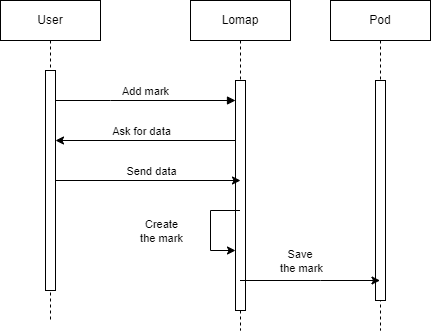
Above: docs/images/06_Diagrama_secuencia_anadir_mark.png in Arquisoft/lomap_es2b (draw.io), before the change. Source tidied: cells renumbered, new cells last; positions are measured from the earlier drawing's top-left corner, leaving out a move shared by most shapes.
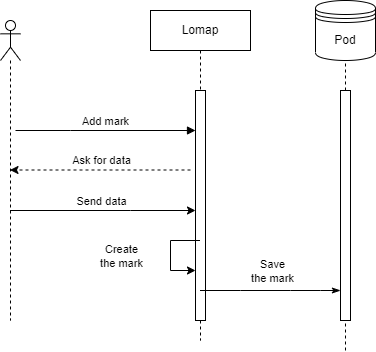
After the change.

The edit, as a diff of the source:
```diff
@@ -2,14 +2,8 @@
   <root>
     <mxCell id="0" />
     <mxCell id="1" parent="0" />
-    <mxCell id="2" value="User" style="shape=umlLifeline;perimeter=lifelinePerimeter;whiteSpace=wrap;html=1;newEdgeStyle={&quot;edgeStyle&quot;:&quot;elbowEdgeStyle&quot;,&quot;elbow&quot;:&quot;vertical&quot;,&quot;curved&quot;:0,&quot;rounded&quot;:0};" parent="1" vertex="1">
-      <mxGeometry width="100" height="320" as="geometry" />
-    </mxCell>
-    <mxCell id="3" style="html=1;points=[];perimeter=orthogonalPerimeter;outlineConnect=0;targetShapes=umlLifeline;portConstraint=eastwest;newEdgeStyle={&quot;edgeStyle&quot;:&quot;elbowEdgeStyle&quot;,&quot;elbow&quot;:&quot;vertical&quot;,&quot;curved&quot;:0,&quot;rounded&quot;:0};" parent="2" vertex="1">
-      <mxGeometry x="45" y="70" width="10" height="220" as="geometry" />
-    </mxCell>
     <mxCell id="4" value="Lomap" style="shape=umlLifeline;perimeter=lifelinePerimeter;whiteSpace=wrap;html=1;outlineConnect=0;portConstraint=eastwest;newEdgeStyle={&quot;edgeStyle&quot;:&quot;elbowEdgeStyle&quot;,&quot;elbow&quot;:&quot;vertical&quot;,&quot;curved&quot;:0,&quot;rounded&quot;:0};" parent="1" vertex="1">
-      <mxGeometry x="190" width="100" height="330" as="geometry" />
+      <mxGeometry x="190" y="-20" width="100" height="330" as="geometry" />
     </mxCell>
     <mxCell id="5" style="html=1;points=[];perimeter=orthogonalPerimeter;outlineConnect=0;targetShapes=umlLifeline;portConstraint=eastwest;newEdgeStyle={&quot;edgeStyle&quot;:&quot;elbowEdgeStyle&quot;,&quot;elbow&quot;:&quot;vertical&quot;,&quot;curved&quot;:0,&quot;rounded&quot;:0};" parent="4" vertex="1">
       <mxGeometry x="45" y="80" width="10" height="230" as="geometry" />
@@ -17,8 +11,8 @@
     <mxCell id="6" style="endArrow=classic;html=1;rounded=0;" parent="4" edge="1" source="4" target="5">
       <mxGeometry relative="1" as="geometry">
         <Array as="points">
-          <mxPoint x="20" y="210" />
-          <mxPoint x="20" y="250" />
+          <mxPoint x="20" y="230" />
+          <mxPoint x="20" y="260" />
         </Array>
       </mxGeometry>
     </mxCell>
@@ -27,55 +21,68 @@
         <mxPoint x="-52" as="offset" />
       </mxGeometry>
     </mxCell>
-    <mxCell id="8" value="Add mark" style="html=1;verticalAlign=bottom;endArrow=block;edgeStyle=elbowEdgeStyle;elbow=vertical;curved=0;rounded=0;" parent="1" edge="1" source="3" target="5">
+    <mxCell id="8" value="Add mark" style="html=1;verticalAlign=bottom;endArrow=block;edgeStyle=elbowEdgeStyle;elbow=vertical;curved=0;rounded=0;" parent="1" edge="1" target="5">
       <mxGeometry relative="1" as="geometry">
+        <mxPoint x="55" y="100" as="sourcePoint" />
         <Array as="points">
           <mxPoint x="110" y="100" />
           <mxPoint x="140" y="80" />
         </Array>
       </mxGeometry>
     </mxCell>
+    <mxCell id="17" style="endArrow=classic;html=1;rounded=0;dashed=1;" parent="1" edge="1">
+      <mxGeometry relative="1" as="geometry">
+        <mxPoint x="230" y="139.5" as="sourcePoint" />
+        <mxPoint x="49.5" y="139.5" as="targetPoint" />
+      </mxGeometry>
+    </mxCell>
+    <mxCell id="12" value="Ask for data" style="edgeLabel;html=1;align=center;verticalAlign=middle;" parent="17" vertex="1">
+      <mxGeometry x="0.39" y="-1" relative="1" as="geometry">
+        <mxPoint x="35" y="-9" as="offset" />
+      </mxGeometry>
+    </mxCell>
+    <mxCell id="18" style="endArrow=classic;html=1;rounded=0;" parent="1" edge="1" source="20" target="5">
+      <mxGeometry relative="1" as="geometry">
+        <Array as="points">
+          <mxPoint x="170" y="180" />
+        </Array>
+      </mxGeometry>
+    </mxCell>
+    <mxCell id="14" value="Send data" style="edgeLabel;html=1;align=center;verticalAlign=middle;" parent="18" vertex="1">
+      <mxGeometry x="-0.35" relative="1" as="geometry">
+        <mxPoint x="31" y="-10" as="offset" />
+      </mxGeometry>
+    </mxCell>
+    <mxCell id="19" style="endArrow=none;html=1;rounded=0;startArrow=classicThin;startFill=1;endFill=0;" parent="1" edge="1" source="23" target="4">
+      <mxGeometry relative="1" as="geometry">
+        <Array as="points">
+          <mxPoint x="360" y="260" />
+          <mxPoint x="330" y="260" />
+          <mxPoint x="280" y="260" />
+        </Array>
+      </mxGeometry>
+    </mxCell>
+    <mxCell id="16" value="Save&lt;br&gt;the mark" style="edgeLabel;html=1;align=center;verticalAlign=middle;" parent="19" vertex="1">
+      <mxGeometry x="0.16" y="-1" relative="1" as="geometry">
+        <mxPoint x="13" y="-19" as="offset" />
+      </mxGeometry>
+    </mxCell>
-    <mxCell id="9" value="Pod" style="shape=umlLifeline;perimeter=lifelinePerimeter;whiteSpace=wrap;html=1;outlineConnect=0;portConstraint=eastwest;newEdgeStyle={&quot;edgeStyle&quot;:&quot;elbowEdgeStyle&quot;,&quot;elbow&quot;:&quot;vertical&quot;,&quot;curved&quot;:0,&quot;rounded&quot;:0};" parent="1" vertex="1">
-      <mxGeometry x="330" width="100" height="330" as="geometry" />
+    <mxCell id="9" value="Pod" style="shape=datastore;whiteSpace=wrap;html=1;" parent="1" vertex="1">
+      <mxGeometry x="355" y="-30" width="60" height="60" as="geometry" />
     </mxCell>
-    <mxCell id="10" style="html=1;perimeter=orthogonalPerimeter;targetShapes=umlLifeline;newEdgeStyle={&quot;edgeStyle&quot;:&quot;elbowEdgeStyle&quot;,&quot;elbow&quot;:&quot;vertical&quot;,&quot;curved&quot;:0,&quot;rounded&quot;:0};" parent="9" vertex="1">
-      <mxGeometry x="45" y="80" width="10" height="220" as="geometry" />
-    </mxCell>
-    <mxCell id="11" style="endArrow=classic;html=1;rounded=0;" parent="1" edge="1" target="3">
-      <mxGeometry relative="1" as="geometry">
-        <mxPoint x="164.5" y="140" as="sourcePoint" />
-        <Array as="points">
-          <mxPoint x="215" y="140" />
-          <mxPoint x="235" y="140" />
-        </Array>
-      </mxGeometry>
-    </mxCell>
-    <mxCell id="12" value="Ask for data" style="edgeLabel;html=1;align=center;verticalAlign=middle;" parent="11" vertex="1">
-      <mxGeometry x="-0.14" y="3" relative="1" as="geometry">
-        <mxPoint x="-57" y="-13" as="offset" />
-      </mxGeometry>
-    </mxCell>
-    <mxCell id="13" style="endArrow=classic;html=1;rounded=0;" parent="1" edge="1" source="3">
-      <mxGeometry relative="1" as="geometry">
-        <mxPoint x="240" y="180" as="targetPoint" />
-      </mxGeometry>
-    </mxCell>
-    <mxCell id="14" value="Send data" style="edgeLabel;html=1;align=center;verticalAlign=middle;" parent="13" vertex="1">
-      <mxGeometry x="0.34" y="-2" relative="1" as="geometry">
-        <mxPoint x="-29" y="-12" as="offset" />
-      </mxGeometry>
-    </mxCell>
-    <mxCell id="15" style="endArrow=classic;html=1;rounded=0;" parent="1" edge="1" source="4" target="9">
-      <mxGeometry relative="1" as="geometry">
-        <Array as="points">
-          <mxPoint x="320" y="280" />
-        </Array>
-      </mxGeometry>
-    </mxCell>
-    <mxCell id="16" value="Save&amp;nbsp;&lt;br&gt;the mark" style="edgeLabel;html=1;align=center;verticalAlign=middle;" parent="15" vertex="1">
-      <mxGeometry x="0.02" y="1" relative="1" as="geometry">
-        <mxPoint x="-10" y="-19" as="offset" />
-      </mxGeometry>
-    </mxCell>
+    <mxCell id="20" style="shape=umlLifeline;perimeter=lifelinePerimeter;whiteSpace=wrap;html=1;outlineConnect=0;portConstraint=eastwest;newEdgeStyle={&quot;edgeStyle&quot;:&quot;elbowEdgeStyle&quot;,&quot;elbow&quot;:&quot;vertical&quot;,&quot;curved&quot;:0,&quot;rounded&quot;:0};participant=umlActor;" parent="1" vertex="1">
+      <mxGeometry x="40" y="-10" width="20" height="300" as="geometry" />
+    </mxCell>
+    <mxCell id="21" style="endArrow=none;dashed=1;html=1;rounded=0;entryX=0.5;entryY=1;entryDx=0;entryDy=0;startArrow=none;" parent="1" edge="1" source="23" target="9">
+      <mxGeometry relative="1" as="geometry" />
+    </mxCell>
+    <mxCell id="22" style="endArrow=none;dashed=1;html=1;rounded=0;entryX=0.5;entryY=1;entryDx=0;entryDy=0;" parent="1" edge="1" target="23">
+      <mxGeometry relative="1" as="geometry">
+        <mxPoint x="385" y="320" as="sourcePoint" />
+      </mxGeometry>
+    </mxCell>
+    <mxCell id="23" style="html=1;points=[];perimeter=orthogonalPerimeter;outlineConnect=0;targetShapes=umlLifeline;portConstraint=eastwest;newEdgeStyle={&quot;edgeStyle&quot;:&quot;elbowEdgeStyle&quot;,&quot;elbow&quot;:&quot;vertical&quot;,&quot;curved&quot;:0,&quot;rounded&quot;:0};" parent="1" vertex="1">
+      <mxGeometry x="380" y="60" width="10" height="230" as="geometry" />
+    </mxCell>
   </root>
 </mxGraphModel>
```
